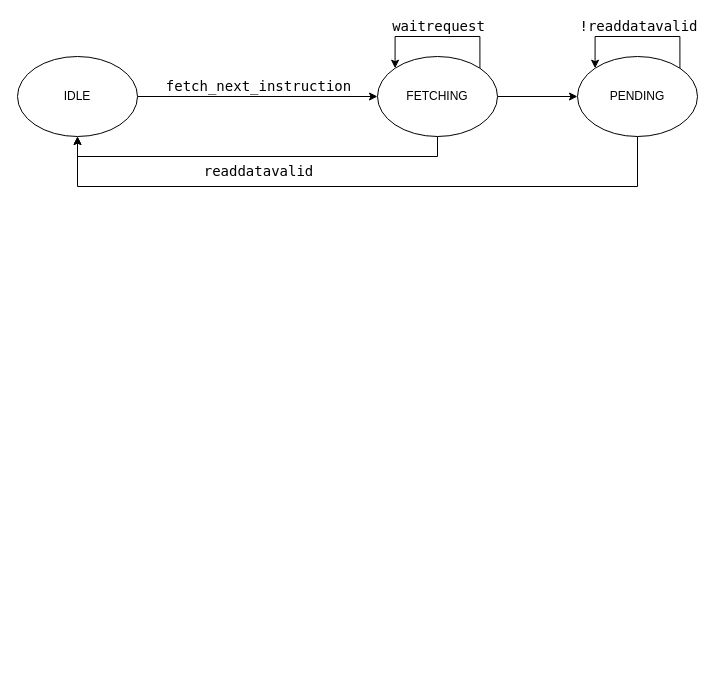
Earlier version of the draw.io diagram page "IMU/DMU-State machines" (5 of 6) of docs/rv32i.drawio (BlueTheDuck/riscv-sv). Source tidied: cells renumbered, new cells numbered last; positions are measured from the earlier drawing's top-left corner, leaving out a move shared by most shapes. Both pictures are drawn from the tidied source at 100%, with x=0, y=0 at pixel (17, 36).
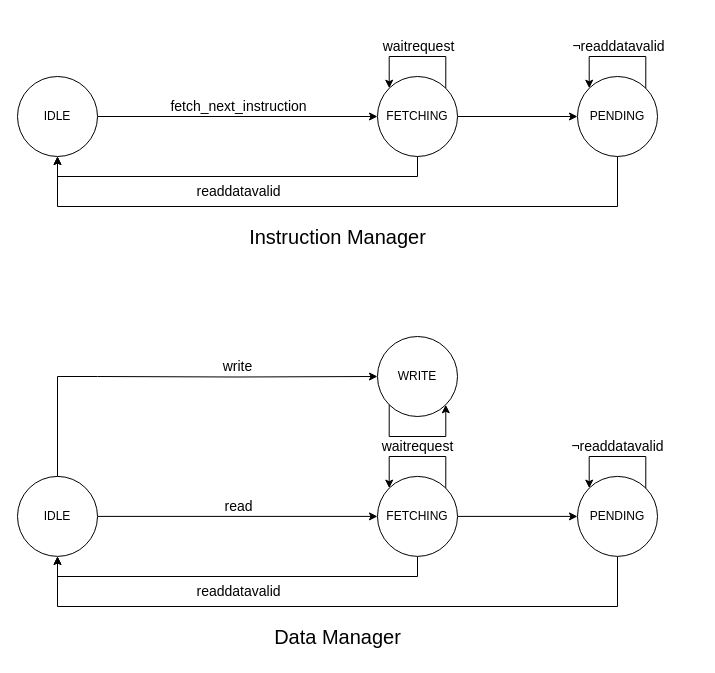
The same diagram, later.

Change to the diagram source:
```diff
@@
+    <mxCell id="15" value="Instruction Manager" style="text;html=1;align=center;verticalAlign=middle;strokeColor=none;fillColor=none;fontSize=20;" parent="1" vertex="1">
+      <mxGeometry x="220" y="180" width="200" height="40" as="geometry" />
+    </mxCell>
+    <mxCell id="16" style="group;" parent="1" vertex="1">
+      <mxGeometry y="20" width="640" height="150" as="geometry" />
+    </mxCell>
-    <mxCell id="2" style="edgeStyle=orthogonalEdgeStyle;rounded=0;jettySize=auto;html=1;" parent="1" edge="1" source="4" target="10">
+    <mxCell id="2" style="edgeStyle=orthogonalEdgeStyle;rounded=0;jettySize=auto;html=1;fontFamily=Helvetica;" parent="16" edge="1" source="4" target="10">
       <mxGeometry relative="1" as="geometry" />
     </mxCell>
-    <mxCell id="3" value="&lt;span style=&quot;font-family: &amp;quot;Fira Code&amp;quot;, &amp;quot;Droid Sans Mono&amp;quot;, &amp;quot;monospace&amp;quot;, monospace, &amp;quot;Droid Sans Mono&amp;quot;, &amp;quot;monospace&amp;quot;, monospace; font-size: 14px; white-space-collapse: preserve;&quot;&gt;fetch_next_instruction&lt;/span&gt;" style="edgeLabel;html=1;align=center;verticalAlign=bottom;labelPosition=center;verticalLabelPosition=top;labelBackgroundColor=none;fontColor=light-dark(#000000,#FFFFFF);" parent="2" vertex="1">
+    <mxCell id="3" value="&lt;span style=&quot;white-space-collapse: preserve;&quot;&gt;fetch_next_instruction&lt;/span&gt;" style="edgeLabel;html=1;align=center;verticalAlign=bottom;labelPosition=center;verticalLabelPosition=top;labelBackgroundColor=none;fontColor=light-dark(#000000,#FFFFFF);fontFamily=Helvetica;fontSize=14;" parent="2" vertex="1">
       <mxGeometry relative="1" as="geometry" />
     </mxCell>
-    <mxCell id="4" value="IDLE" style="ellipse;whiteSpace=wrap;html=1;" parent="1" vertex="1">
-      <mxGeometry y="20" width="120" height="80" as="geometry" />
+    <mxCell id="4" value="IDLE" style="ellipse;whiteSpace=wrap;html=1;fontFamily=Helvetica;" parent="16" vertex="1">
+      <mxGeometry y="20" width="80" height="80" as="geometry" />
     </mxCell>
-    <mxCell id="5" style="edgeStyle=orthogonalEdgeStyle;rounded=0;jettySize=auto;html=1;" parent="1" edge="1" source="10" target="12">
+    <mxCell id="5" style="edgeStyle=orthogonalEdgeStyle;rounded=0;jettySize=auto;html=1;fontFamily=Helvetica;" parent="16" edge="1" source="10" target="12">
       <mxGeometry relative="1" as="geometry" />
     </mxCell>
-    <mxCell id="6" style="edgeStyle=orthogonalEdgeStyle;rounded=0;orthogonalLoop=1;jettySize=auto;html=1;entryX=0;entryY=0;entryDx=0;entryDy=0;exitX=1;exitY=0;exitDx=0;exitDy=0;" parent="1" edge="1" source="10" target="10">
+    <mxCell id="6" style="edgeStyle=orthogonalEdgeStyle;rounded=0;orthogonalLoop=1;jettySize=auto;html=1;entryX=0;entryY=0;entryDx=0;entryDy=0;exitX=1;exitY=0;exitDx=0;exitDy=0;fontFamily=Helvetica;" parent="16" edge="1" source="10" target="10">
       <mxGeometry relative="1" as="geometry">
         <Array as="points">
-          <mxPoint x="462" />
-          <mxPoint x="378" />
+          <mxPoint x="428" />
+          <mxPoint x="372" />
         </Array>
       </mxGeometry>
     </mxCell>
-    <mxCell id="7" value="&lt;span style=&quot;font-family: &amp;quot;Fira Code&amp;quot;, &amp;quot;Droid Sans Mono&amp;quot;, &amp;quot;monospace&amp;quot;, monospace, &amp;quot;Droid Sans Mono&amp;quot;, &amp;quot;monospace&amp;quot;, monospace; font-size: 14px; white-space-collapse: preserve;&quot;&gt;waitrequest&lt;/span&gt;" style="edgeLabel;html=1;align=center;verticalAlign=bottom;labelPosition=center;verticalLabelPosition=top;labelBackgroundColor=none;fontColor=light-dark(#000000,#FFFFFF);" parent="6" vertex="1">
+    <mxCell id="7" value="&lt;span style=&quot;white-space-collapse: preserve;&quot;&gt;waitrequest&lt;/span&gt;" style="edgeLabel;html=1;align=center;verticalAlign=bottom;labelPosition=center;verticalLabelPosition=top;labelBackgroundColor=none;fontColor=light-dark(#000000,#FFFFFF);fontFamily=Helvetica;fontSize=14;" parent="6" vertex="1">
       <mxGeometry relative="1" as="geometry" />
     </mxCell>
-    <mxCell id="8" style="edgeStyle=orthogonalEdgeStyle;rounded=0;jettySize=auto;html=1;entryX=0.5;entryY=1;entryDx=0;entryDy=0;" parent="1" edge="1" source="10" target="4">
+    <mxCell id="8" style="edgeStyle=orthogonalEdgeStyle;rounded=0;jettySize=auto;html=1;entryX=0.5;entryY=1;entryDx=0;entryDy=0;fontFamily=Helvetica;exitX=0.5;exitY=1;exitDx=0;exitDy=0;" parent="16" edge="1" source="10" target="4">
       <mxGeometry relative="1" as="geometry">
         <Array as="points">
-          <mxPoint x="420" y="120" />
-          <mxPoint x="60" y="120" />
+          <mxPoint x="400" y="120" />
+          <mxPoint x="40" y="120" />
         </Array>
       </mxGeometry>
     </mxCell>
-    <mxCell id="9" value="&lt;span style=&quot;font-family: &amp;quot;Fira Code&amp;quot;, &amp;quot;Droid Sans Mono&amp;quot;, &amp;quot;monospace&amp;quot;, monospace, &amp;quot;Droid Sans Mono&amp;quot;, &amp;quot;monospace&amp;quot;, monospace; font-size: 14px; white-space-collapse: preserve;&quot;&gt;readdatavalid&lt;/span&gt;" style="edgeLabel;html=1;align=center;verticalAlign=top;labelPosition=center;verticalLabelPosition=bottom;labelBackgroundColor=none;fontColor=light-dark(#000000,#FFFFFF);" parent="8" vertex="1">
+    <mxCell id="9" value="&lt;span style=&quot;white-space-collapse: preserve;&quot;&gt;readdatavalid&lt;/span&gt;" style="edgeLabel;html=1;align=center;verticalAlign=top;labelPosition=center;verticalLabelPosition=bottom;labelBackgroundColor=none;fontColor=light-dark(#000000,#FFFFFF);fontFamily=Helvetica;fontSize=14;" parent="8" vertex="1">
       <mxGeometry relative="1" as="geometry" />
     </mxCell>
-    <mxCell id="10" value="FETCHING" style="ellipse;whiteSpace=wrap;html=1;" parent="1" vertex="1">
-      <mxGeometry x="360" y="20" width="120" height="80" as="geometry" />
+    <mxCell id="10" value="FETCHING" style="ellipse;whiteSpace=wrap;html=1;fontFamily=Helvetica;" parent="16" vertex="1">
+      <mxGeometry x="360" y="20" width="80" height="80" as="geometry" />
     </mxCell>
-    <mxCell id="11" style="edgeStyle=orthogonalEdgeStyle;rounded=0;jettySize=auto;html=1;entryX=0.5;entryY=1;entryDx=0;entryDy=0;" parent="1" edge="1" source="12" target="4">
+    <mxCell id="11" style="edgeStyle=orthogonalEdgeStyle;rounded=0;jettySize=auto;html=1;entryX=0.5;entryY=1;entryDx=0;entryDy=0;fontFamily=Helvetica;exitX=0.5;exitY=1;exitDx=0;exitDy=0;" parent="16" edge="1" source="12" target="4">
       <mxGeometry relative="1" as="geometry">
         <Array as="points">
-          <mxPoint x="620" y="150" />
-          <mxPoint x="60" y="150" />
+          <mxPoint x="600" y="150" />
+          <mxPoint x="40" y="150" />
         </Array>
       </mxGeometry>
     </mxCell>
-    <mxCell id="12" value="PENDING" style="ellipse;whiteSpace=wrap;html=1;" parent="1" vertex="1">
-      <mxGeometry x="560" y="20" width="120" height="80" as="geometry" />
+    <mxCell id="12" value="PENDING" style="ellipse;whiteSpace=wrap;html=1;fontFamily=Helvetica;" parent="16" vertex="1">
+      <mxGeometry x="560" y="20" width="80" height="80" as="geometry" />
     </mxCell>
-    <mxCell id="13" style="edgeStyle=orthogonalEdgeStyle;rounded=0;orthogonalLoop=1;jettySize=auto;html=1;entryX=0;entryY=0;entryDx=0;entryDy=0;exitX=1;exitY=0;exitDx=0;exitDy=0;" parent="1" edge="1" source="12" target="12">
+    <mxCell id="13" style="edgeStyle=orthogonalEdgeStyle;rounded=0;orthogonalLoop=1;jettySize=auto;html=1;entryX=0;entryY=0;entryDx=0;entryDy=0;exitX=1;exitY=0;exitDx=0;exitDy=0;fontFamily=Helvetica;" parent="16" edge="1" source="12" target="12">
       <mxGeometry relative="1" as="geometry">
         <Array as="points">
-          <mxPoint x="662" />
-          <mxPoint x="578" />
+          <mxPoint x="628" />
+          <mxPoint x="572" />
         </Array>
       </mxGeometry>
     </mxCell>
-    <mxCell id="14" value="&lt;span style=&quot;font-family: &amp;quot;Fira Code&amp;quot;, &amp;quot;Droid Sans Mono&amp;quot;, &amp;quot;monospace&amp;quot;, monospace, &amp;quot;Droid Sans Mono&amp;quot;, &amp;quot;monospace&amp;quot;, monospace; font-size: 14px; white-space-collapse: preserve;&quot;&gt;!readdatavalid&lt;/span&gt;" style="edgeLabel;html=1;align=center;verticalAlign=bottom;fontColor=default;labelBackgroundColor=default;labelPosition=center;verticalLabelPosition=top;" parent="13" vertex="1">
+    <mxCell id="14" value="&lt;span style=&quot;white-space-collapse: preserve;&quot;&gt;¬readdatavalid&lt;/span&gt;" style="edgeLabel;html=1;align=center;verticalAlign=bottom;fontColor=default;labelBackgroundColor=default;labelPosition=center;verticalLabelPosition=top;fontFamily=Helvetica;fontSize=14;" parent="13" vertex="1">
       <mxGeometry relative="1" as="geometry" />
     </mxCell>
+    <mxCell id="17" style="group;" parent="1" vertex="1">
+      <mxGeometry y="300" width="640" height="270" as="geometry" />
+    </mxCell>
+    <mxCell id="18" style="edgeStyle=orthogonalEdgeStyle;rounded=0;jettySize=auto;html=1;fontFamily=Helvetica;" parent="17" edge="1" source="21" target="27">
+      <mxGeometry relative="1" as="geometry" />
+    </mxCell>
+    <mxCell id="19" value="&lt;span style=&quot;white-space-collapse: preserve;&quot;&gt;read&lt;/span&gt;" style="edgeLabel;html=1;align=center;verticalAlign=bottom;labelPosition=center;verticalLabelPosition=top;labelBackgroundColor=none;fontColor=light-dark(#000000,#FFFFFF);fontFamily=Helvetica;fontSize=14;" parent="18" vertex="1">
+      <mxGeometry relative="1" as="geometry" />
+    </mxCell>
+    <mxCell id="20" style="edgeStyle=orthogonalEdgeStyle;rounded=0;jettySize=auto;html=1;endArrow=none;endFill=0;" parent="17" edge="1" source="21">
+      <mxGeometry relative="1" as="geometry">
+        <mxPoint x="80" y="40" as="targetPoint" />
+        <Array as="points">
+          <mxPoint x="40" y="40" />
+        </Array>
+      </mxGeometry>
+    </mxCell>
+    <mxCell id="21" value="IDLE" style="ellipse;whiteSpace=wrap;html=1;fontFamily=Helvetica;" parent="17" vertex="1">
+      <mxGeometry y="139.9" width="80" height="80" as="geometry" />
+    </mxCell>
+    <mxCell id="22" style="edgeStyle=orthogonalEdgeStyle;rounded=0;jettySize=auto;html=1;fontFamily=Helvetica;" parent="17" edge="1" source="27" target="29">
+      <mxGeometry relative="1" as="geometry" />
+    </mxCell>
+    <mxCell id="23" style="edgeStyle=orthogonalEdgeStyle;rounded=0;orthogonalLoop=1;jettySize=auto;html=1;entryX=0;entryY=0;entryDx=0;entryDy=0;exitX=1;exitY=0;exitDx=0;exitDy=0;fontFamily=Helvetica;" parent="17" edge="1" source="27" target="27">
+      <mxGeometry relative="1" as="geometry">
+        <Array as="points">
+          <mxPoint x="428" y="120" />
+          <mxPoint x="372" y="120" />
+        </Array>
+      </mxGeometry>
+    </mxCell>
+    <mxCell id="24" value="&lt;span style=&quot;white-space-collapse: preserve;&quot;&gt;waitrequest&lt;/span&gt;" style="edgeLabel;html=1;align=center;verticalAlign=bottom;labelPosition=center;verticalLabelPosition=top;labelBackgroundColor=none;fontColor=light-dark(#000000,#FFFFFF);fontFamily=Helvetica;fontSize=14;" parent="23" vertex="1">
+      <mxGeometry relative="1" as="geometry" />
+    </mxCell>
+    <mxCell id="25" style="edgeStyle=orthogonalEdgeStyle;rounded=0;jettySize=auto;html=1;entryX=0.5;entryY=1;entryDx=0;entryDy=0;fontFamily=Helvetica;exitX=0.5;exitY=1;exitDx=0;exitDy=0;" parent="17" edge="1" source="27" target="21">
+      <mxGeometry relative="1" as="geometry">
+        <Array as="points">
+          <mxPoint x="400" y="240" />
+          <mxPoint x="40" y="240" />
+        </Array>
+      </mxGeometry>
+    </mxCell>
+    <mxCell id="26" value="&lt;span style=&quot;white-space-collapse: preserve;&quot;&gt;readdatavalid&lt;/span&gt;" style="edgeLabel;html=1;align=center;verticalAlign=top;labelPosition=center;verticalLabelPosition=bottom;labelBackgroundColor=none;fontColor=light-dark(#000000,#FFFFFF);fontFamily=Helvetica;fontSize=14;" parent="25" vertex="1">
+      <mxGeometry relative="1" as="geometry" />
+    </mxCell>
+    <mxCell id="27" value="FETCHING" style="ellipse;whiteSpace=wrap;html=1;fontFamily=Helvetica;" parent="17" vertex="1">
+      <mxGeometry x="360" y="139.9" width="80" height="80" as="geometry" />
+    </mxCell>
+    <mxCell id="28" style="edgeStyle=orthogonalEdgeStyle;rounded=0;jettySize=auto;html=1;entryX=0.5;entryY=1;entryDx=0;entryDy=0;fontFamily=Helvetica;exitX=0.5;exitY=1;exitDx=0;exitDy=0;" parent="17" edge="1" source="29" target="21">
+      <mxGeometry relative="1" as="geometry">
+        <Array as="points">
+          <mxPoint x="600" y="270" />
+          <mxPoint x="40" y="270" />
+        </Array>
+      </mxGeometry>
+    </mxCell>
+    <mxCell id="29" value="PENDING" style="ellipse;whiteSpace=wrap;html=1;fontFamily=Helvetica;" parent="17" vertex="1">
+      <mxGeometry x="560" y="139.9" width="80" height="80" as="geometry" />
+    </mxCell>
+    <mxCell id="30" style="edgeStyle=orthogonalEdgeStyle;rounded=0;orthogonalLoop=1;jettySize=auto;html=1;entryX=0;entryY=0;entryDx=0;entryDy=0;exitX=1;exitY=0;exitDx=0;exitDy=0;fontFamily=Helvetica;" parent="17" edge="1" source="29" target="29">
+      <mxGeometry relative="1" as="geometry">
+        <Array as="points">
+          <mxPoint x="628" y="120" />
+          <mxPoint x="572" y="120" />
+        </Array>
+      </mxGeometry>
+    </mxCell>
+    <mxCell id="31" value="&lt;span style=&quot;white-space-collapse: preserve;&quot;&gt;¬readdatavalid&lt;/span&gt;" style="edgeLabel;html=1;align=center;verticalAlign=bottom;fontColor=default;labelBackgroundColor=default;labelPosition=center;verticalLabelPosition=top;fontFamily=Helvetica;fontSize=14;" parent="30" vertex="1">
+      <mxGeometry relative="1" as="geometry" />
+    </mxCell>
+    <mxCell id="32" value="WRITE" style="ellipse;whiteSpace=wrap;html=1;fontFamily=Helvetica;" parent="17" vertex="1">
+      <mxGeometry x="360" width="80" height="80" as="geometry" />
+    </mxCell>
+    <mxCell id="33" style="edgeStyle=orthogonalEdgeStyle;rounded=0;orthogonalLoop=1;jettySize=auto;html=1;exitX=0;exitY=1;exitDx=0;exitDy=0;entryX=1;entryY=1;entryDx=0;entryDy=0;" parent="17" edge="1" source="32" target="32">
+      <mxGeometry relative="1" as="geometry">
+        <Array as="points">
+          <mxPoint x="372" y="100" />
+          <mxPoint x="428" y="100" />
+        </Array>
+      </mxGeometry>
+    </mxCell>
+    <mxCell id="34" style="edgeStyle=orthogonalEdgeStyle;rounded=0;jettySize=auto;html=1;" parent="17" edge="1" target="32">
+      <mxGeometry relative="1" as="geometry">
+        <mxPoint x="80" y="40" as="sourcePoint" />
+      </mxGeometry>
+    </mxCell>
+    <mxCell id="35" value="write" style="edgeLabel;html=1;align=center;verticalAlign=bottom;fontSize=14;" parent="34" vertex="1">
+      <mxGeometry relative="1" as="geometry" />
+    </mxCell>
+    <mxCell id="36" value="Data Manager" style="text;html=1;align=center;verticalAlign=middle;strokeColor=none;fillColor=none;fontSize=20;" parent="1" vertex="1">
+      <mxGeometry x="245" y="580" width="150" height="40" as="geometry" />
+    </mxCell>
```
